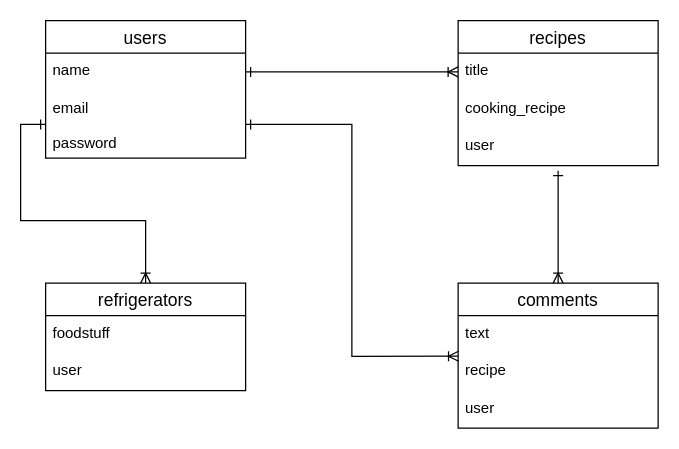
Above: cooking.dio in toooooku/home-cooking (draw.io), before the change. Source tidied: cells renumbered, new cells numbered last; positions are measured from the earlier drawing's top-left corner, leaving out a move shared by most shapes. Both pictures are drawn from the tidied source at 125%, with x=0, y=0 at pixel (45, 20).
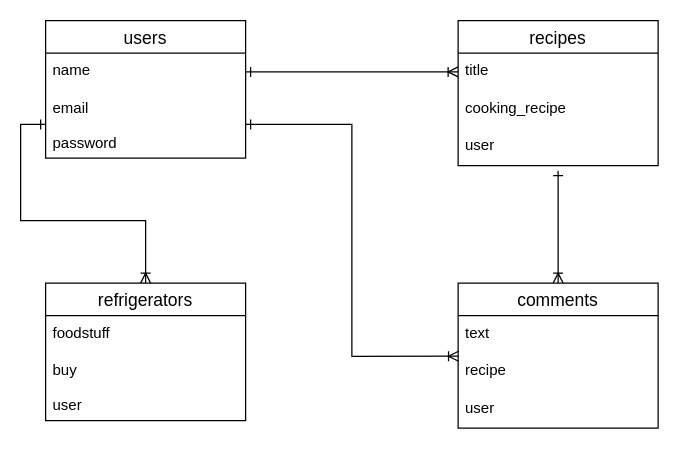
The same page after the edit.

What changed in the source:
```diff
@@
     <mxCell id="14" value="refrigerators" style="swimlane;fontStyle=0;horizontal=1;startSize=26;align=center;fontSize=14;" parent="1" vertex="1">
-      <mxGeometry y="210" width="160" height="86" as="geometry" />
+      <mxGeometry y="210" width="160" height="110" as="geometry" />
     </mxCell>
@@
-    <mxCell id="16" value="user" style="text;strokeColor=none;fillColor=none;spacingLeft=4;spacingRight=4;overflow=hidden;fontSize=12;" parent="14" vertex="1">
-      <mxGeometry y="56" width="160" height="30" as="geometry" />
+    <mxCell id="16" value="buy&#10;&#10;user" style="text;strokeColor=none;fillColor=none;spacingLeft=4;spacingRight=4;overflow=hidden;fontSize=12;" parent="14" vertex="1">
+      <mxGeometry y="56" width="160" height="54" as="geometry" />
     </mxCell>
```
